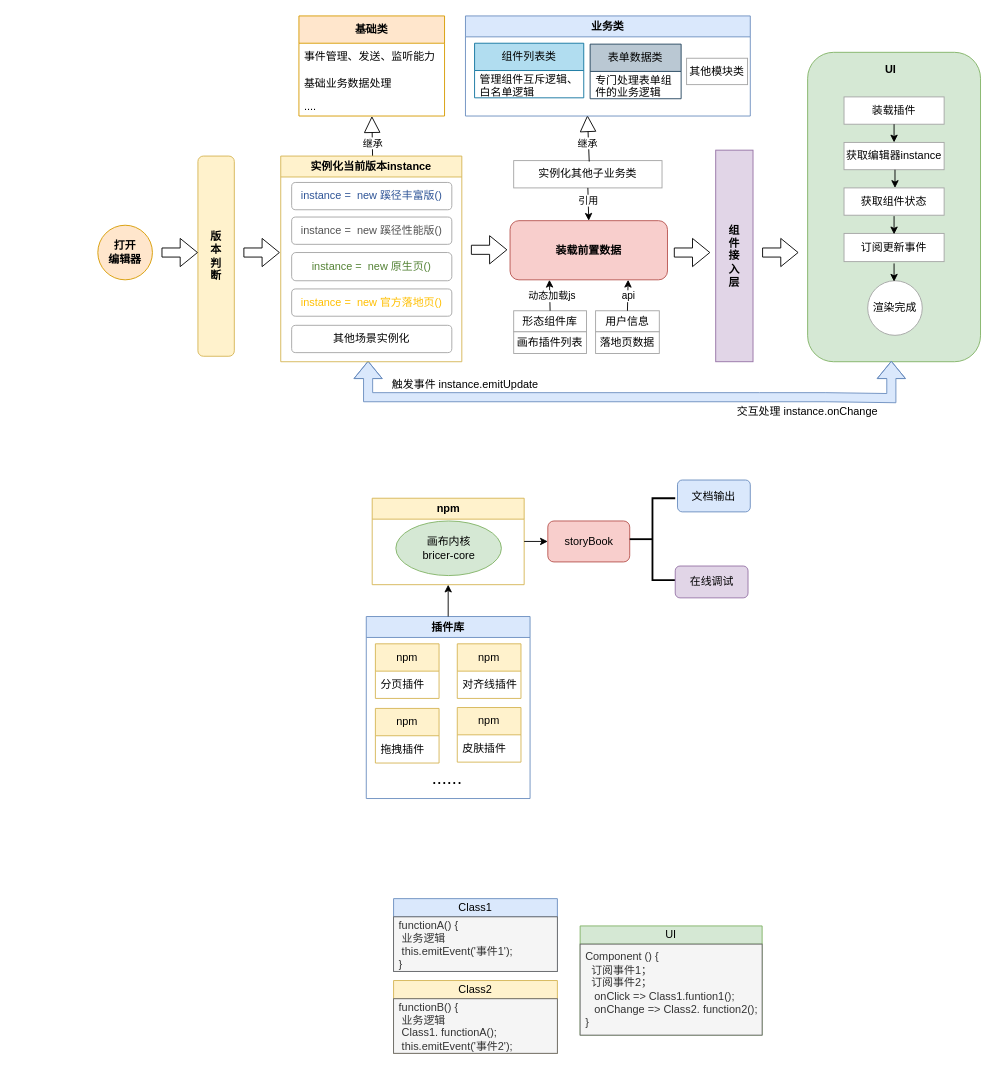
Earlier version of the draw.io diagram 未命名绘图.drawio (liusiran/drawgraph). Source tidied: cells renumbered, new cells numbered last; positions are measured from the earlier drawing's top-left corner, leaving out a move shared by most shapes. Both pictures are drawn from the tidied source at 91%, with x=0, y=0 at pixel (97, 15).
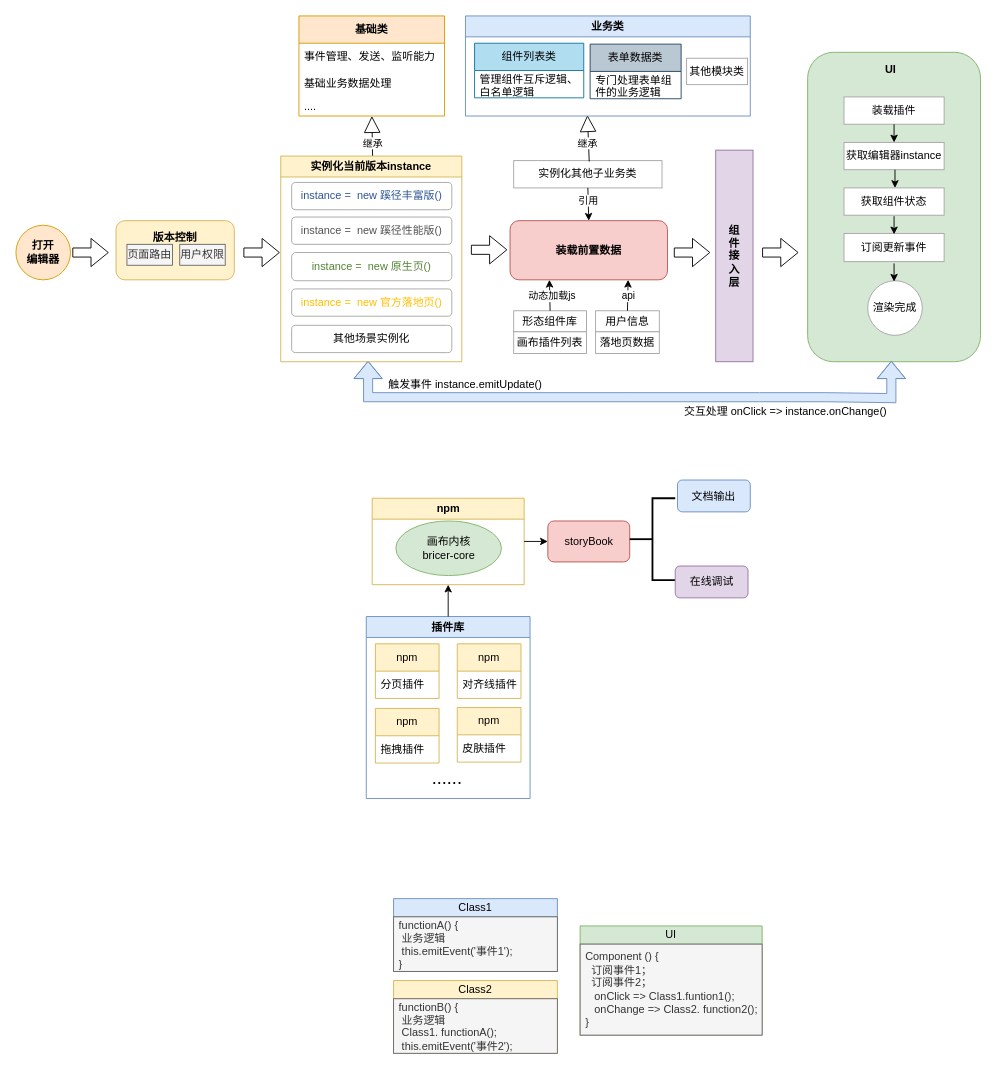
Above is the later version.

Commit message:
更新未命名绘图.drawio

Diff of the diagram source:
```diff
@@
     <mxCell id="2" value="打开&lt;br&gt;编辑器" style="ellipse;whiteSpace=wrap;html=1;fillColor=#ffe6cc;strokeColor=#d79b00;fontStyle=1;" parent="1" vertex="1">
-      <mxGeometry y="230" width="60" height="60" as="geometry" />
+      <mxGeometry x="-90" y="230" width="60" height="60" as="geometry" />
     </mxCell>
-    <mxCell id="3" value="版&lt;br&gt;本&lt;br&gt;判&lt;br&gt;断" style="rounded=1;whiteSpace=wrap;html=1;verticalAlign=middle;labelBackgroundColor=none;strokeColor=#d6b656;fillColor=#fff2cc;fontStyle=1;" parent="1" vertex="1">
-      <mxGeometry x="110" y="154" width="40" height="220" as="geometry" />
+    <mxCell id="3" value="版本控制&lt;br&gt;&lt;br&gt;&lt;br&gt;" style="rounded=1;whiteSpace=wrap;html=1;verticalAlign=middle;labelBackgroundColor=none;strokeColor=#d6b656;fillColor=#fff2cc;fontStyle=1;" parent="1" vertex="1">
+      <mxGeometry x="20" y="225" width="130" height="65" as="geometry" />
     </mxCell>
@@
-    <mxCell id="33" value="交互处理 instance.onChange" style="text;html=1;strokeColor=none;fillColor=none;align=center;verticalAlign=middle;whiteSpace=wrap;rounded=0;fontStyle=0;" parent="1" vertex="1">
-      <mxGeometry x="688" y="420" width="184" height="30" as="geometry" />
+    <mxCell id="33" value="交互处理 onClick =&amp;gt; instance.onChange()" style="text;html=1;strokeColor=none;fillColor=none;align=center;verticalAlign=middle;whiteSpace=wrap;rounded=0;fontStyle=0;" parent="1" vertex="1">
+      <mxGeometry x="640" y="420" width="232" height="30" as="geometry" />
     </mxCell>
-    <mxCell id="34" value="触发事件 instance.emitUpdate" style="text;html=1;strokeColor=none;fillColor=none;align=center;verticalAlign=middle;whiteSpace=wrap;rounded=0;fontStyle=0;" parent="1" vertex="1">
+    <mxCell id="34" value="触发事件 instance.emitUpdate()" style="text;html=1;strokeColor=none;fillColor=none;align=center;verticalAlign=middle;whiteSpace=wrap;rounded=0;fontStyle=0;" parent="1" vertex="1">
       <mxGeometry x="313" y="390" width="182" height="30" as="geometry" />
     </mxCell>
@@
     <mxCell id="53" style="shape=flexArrow;endArrow=classic;html=1;rounded=0;fontStyle=0;" parent="1" edge="1">
       <mxGeometry relative="1" as="geometry">
-        <mxPoint x="70" y="260" as="sourcePoint" />
-        <mxPoint x="110" y="260" as="targetPoint" />
+        <mxPoint x="-28" y="260" as="sourcePoint" />
+        <mxPoint x="12" y="260" as="targetPoint" />
       </mxGeometry>
     </mxCell>
@@
+    <mxCell id="78" value="页面路由" style="rounded=0;whiteSpace=wrap;html=1;fillColor=#f5f5f5;fontColor=#333333;strokeColor=#666666;" parent="1" vertex="1">
+      <mxGeometry x="32" y="251" width="50" height="23" as="geometry" />
+    </mxCell>
+    <mxCell id="79" value="用户权限" style="rounded=0;whiteSpace=wrap;html=1;fillColor=#f5f5f5;fontColor=#333333;strokeColor=#666666;" parent="1" vertex="1">
+      <mxGeometry x="90" y="251" width="50" height="23" as="geometry" />
+    </mxCell>
```
